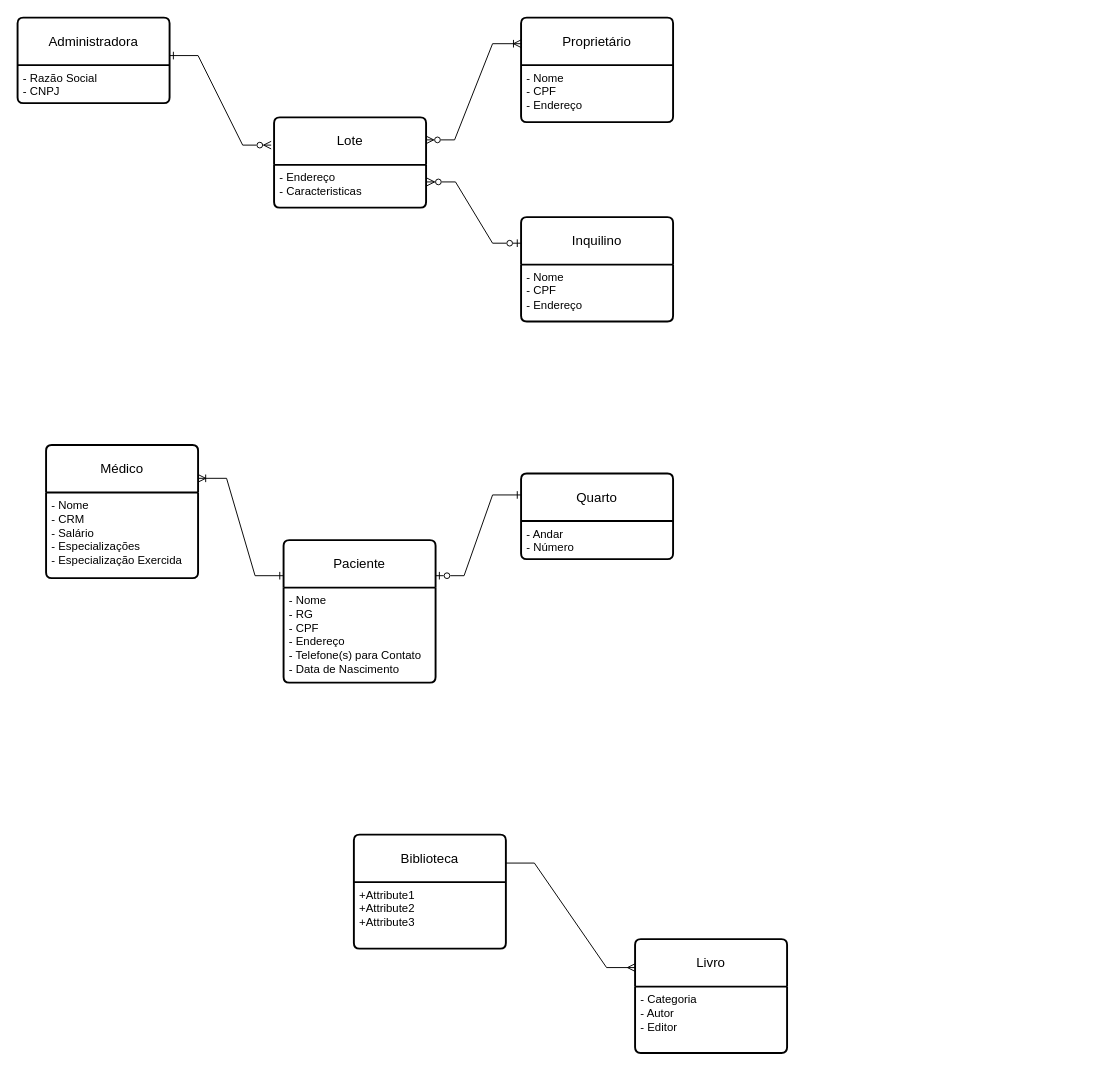
Above: Diagrama sem nome.drawio in rafaelscatolin/Banco-de-Dados-24-03-2023 (draw.io), before the change. Source tidied: cells renumbered, new cells numbered last; positions are measured from the earlier drawing's top-left corner, leaving out a move shared by most shapes. Both pictures are drawn from the tidied source at 95%, with x=0, y=0 at pixel (17, 17).
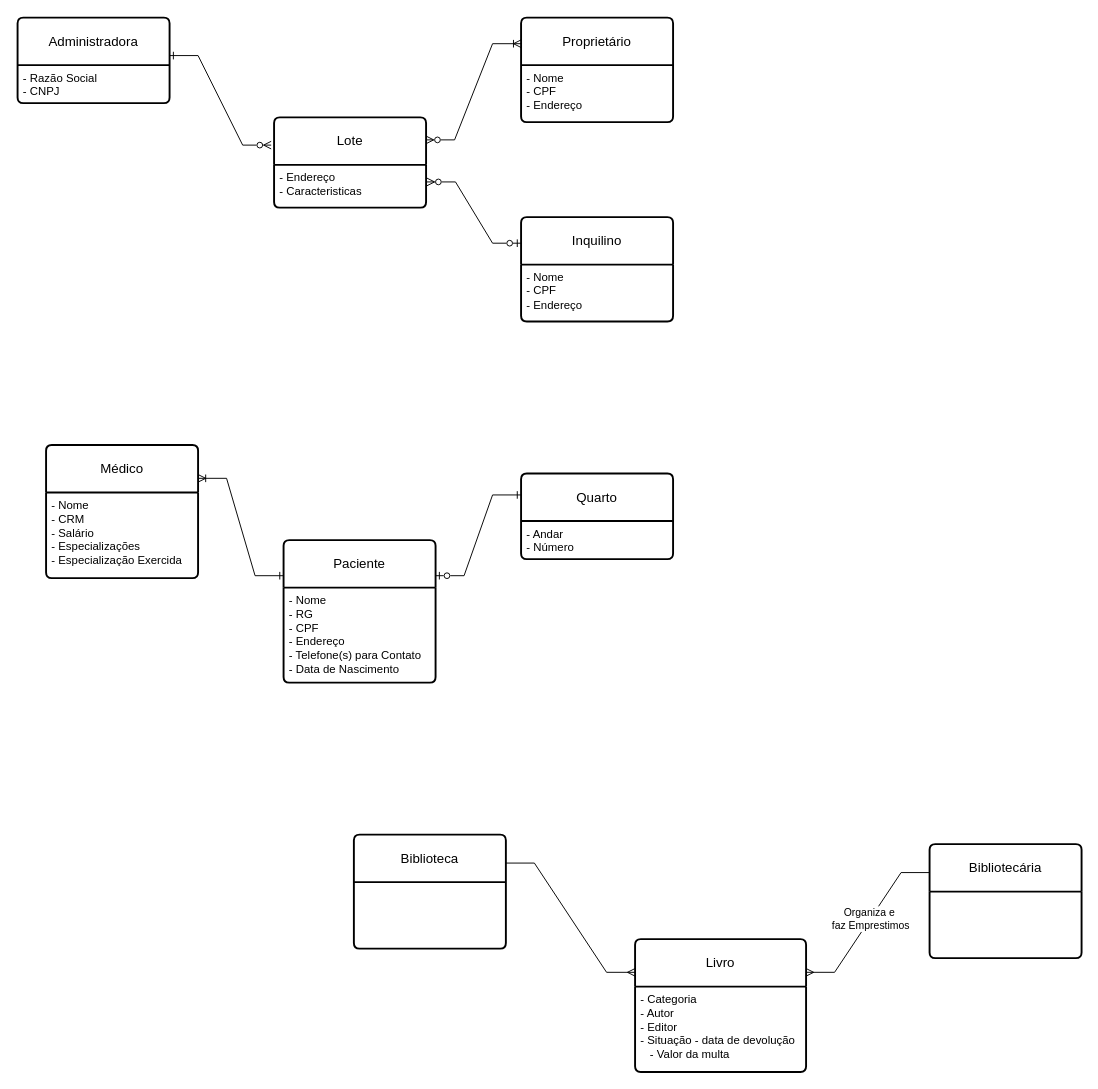
The same diagram, later.

Unchanged cells that the change refers to:
```xml
<mxCell id="21" value="Biblioteca" style="swimlane;horizontal=1;startSize=50;rounded=1;fontSize=14;fontStyle=0;strokeWidth=2;shadow=0;dashed=0;align=center;arcSize=4;whiteSpace=wrap;html=1;" parent="1" vertex="1">
  <mxGeometry x="354" y="860" width="160" height="120" as="geometry" />
</mxCell>
```

Change to the diagram source:
```diff
@@
-    <mxCell id="22" value="+Attribute1&#10;+Attribute2&#10;+Attribute3" style="align=left;strokeColor=none;fillColor=none;spacingLeft=4;fontSize=12;verticalAlign=top;html=1;" parent="21" vertex="1">
-      <mxGeometry y="50" width="160" height="70" as="geometry" />
-    </mxCell>
     <mxCell id="23" value="Livro" style="swimlane;horizontal=1;startSize=50;rounded=1;fontSize=14;fontStyle=0;strokeWidth=2;shadow=0;dashed=0;align=center;arcSize=4;whiteSpace=wrap;html=1;" parent="1" vertex="1">
-      <mxGeometry x="650" y="970" width="160" height="120" as="geometry" />
+      <mxGeometry x="650" y="970" width="180" height="140" as="geometry" />
     </mxCell>
-    <mxCell id="24" value="- Categoria&lt;br&gt;- Autor&lt;br&gt;- Editor" style="align=left;strokeColor=none;fillColor=none;spacingLeft=4;fontSize=12;verticalAlign=top;html=1;" parent="23" vertex="1">
-      <mxGeometry y="50" width="160" height="70" as="geometry" />
+    <mxCell id="24" value="- Categoria&lt;br&gt;- Autor&lt;br&gt;- Editor&lt;br&gt;- Situação - data de devolução&lt;br&gt;&lt;span style=&quot;white-space: pre;&quot;&gt; &lt;/span&gt;&lt;span style=&quot;white-space: pre;&quot;&gt; &lt;/span&gt;&amp;nbsp;- Valor da multa" style="align=left;strokeColor=none;fillColor=none;spacingLeft=4;fontSize=12;verticalAlign=top;html=1;" parent="23" vertex="1">
+      <mxGeometry y="50" width="180" height="90" as="geometry" />
     </mxCell>
@@
+    <mxCell id="26" value="Bibliotecária" style="swimlane;horizontal=1;startSize=50;rounded=1;fontSize=14;fontStyle=0;strokeWidth=2;shadow=0;dashed=0;align=center;arcSize=4;whiteSpace=wrap;html=1;" parent="1" vertex="1">
+      <mxGeometry x="960" y="870" width="160" height="120" as="geometry" />
+    </mxCell>
+    <mxCell id="27" style="edgeStyle=entityRelationEdgeStyle;fontSize=12;html=1;endArrow=none;endFill=0;rounded=0;entryX=0;entryY=0.25;entryDx=0;entryDy=0;startArrow=ERmany;startFill=0;exitX=1;exitY=0.25;exitDx=0;exitDy=0;" parent="1" edge="1" source="23" target="26">
+      <mxGeometry relative="1" as="geometry" />
+    </mxCell>
+    <mxCell id="28" value="Organiza e&amp;nbsp;&lt;br&gt;faz Emprestimos" style="edgeLabel;html=1;align=center;verticalAlign=middle;" parent="27" vertex="1">
+      <mxGeometry x="0.05" relative="1" as="geometry" />
+    </mxCell>
```
